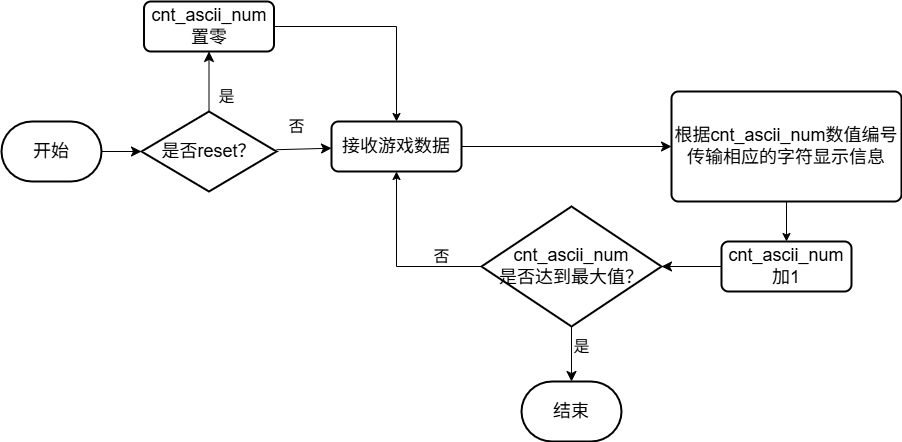
Before: show_game_1_2.png, a diagram exported from draw.io (maple-m117/bysj_etc.). Source tidied: cells renumbered, new cells last; positions are measured from the earlier drawing's top-left corner, leaving out a move shared by most shapes.
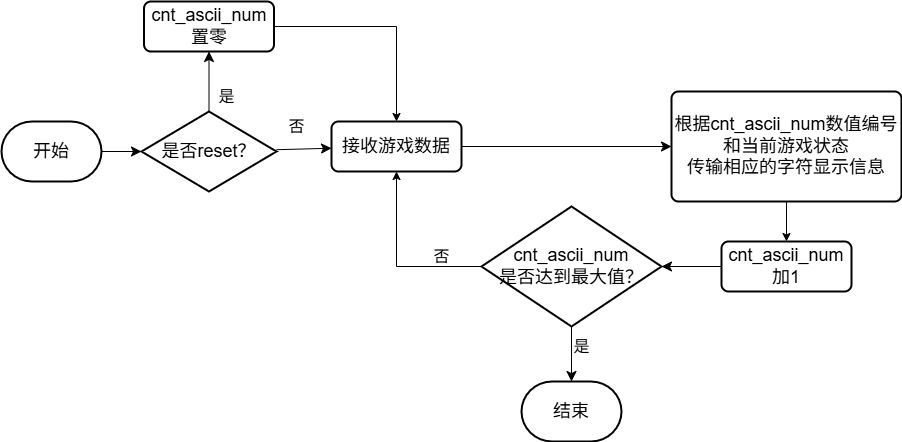
Later version of the same file.

Diff of the diagram source:
```diff
@@ -17,7 +17,7 @@
     <mxCell id="6" style="edgeStyle=orthogonalEdgeStyle;rounded=0;jettySize=auto;html=1;" parent="1" edge="1" source="7" target="9">
       <mxGeometry relative="1" as="geometry" />
     </mxCell>
-    <mxCell id="7" value="&lt;span style=&quot;font-size: 18px;&quot;&gt;根据cnt_ascii_num数值编号&lt;/span&gt;&lt;div&gt;&lt;span style=&quot;font-size: 18px;&quot;&gt;传输相应的字符显示信息&lt;/span&gt;&lt;/div&gt;" style="rounded=1;whiteSpace=wrap;html=1;absoluteArcSize=1;arcSize=14;strokeWidth=2;labelBackgroundColor=none;" parent="1" vertex="1">
+    <mxCell id="7" value="&lt;span style=&quot;font-size: 18px;&quot;&gt;根据cnt_ascii_num数值编号&lt;/span&gt;&lt;div&gt;&lt;span style=&quot;font-size: 18px;&quot;&gt;和当前游戏状态&lt;br&gt;&lt;/span&gt;&lt;div&gt;&lt;span style=&quot;font-size: 18px;&quot;&gt;传输相应的字符显示信息&lt;/span&gt;&lt;/div&gt;&lt;/div&gt;" style="rounded=1;whiteSpace=wrap;html=1;absoluteArcSize=1;arcSize=14;strokeWidth=2;labelBackgroundColor=none;" parent="1" vertex="1">
       <mxGeometry x="670" y="90" width="230" height="110" as="geometry" />
     </mxCell>
     <mxCell id="8" style="edgeStyle=none;curved=1;rounded=1;jettySize=auto;html=1;fontSize=12;startSize=8;endSize=8;" parent="1" edge="1" source="9" target="20">
```
